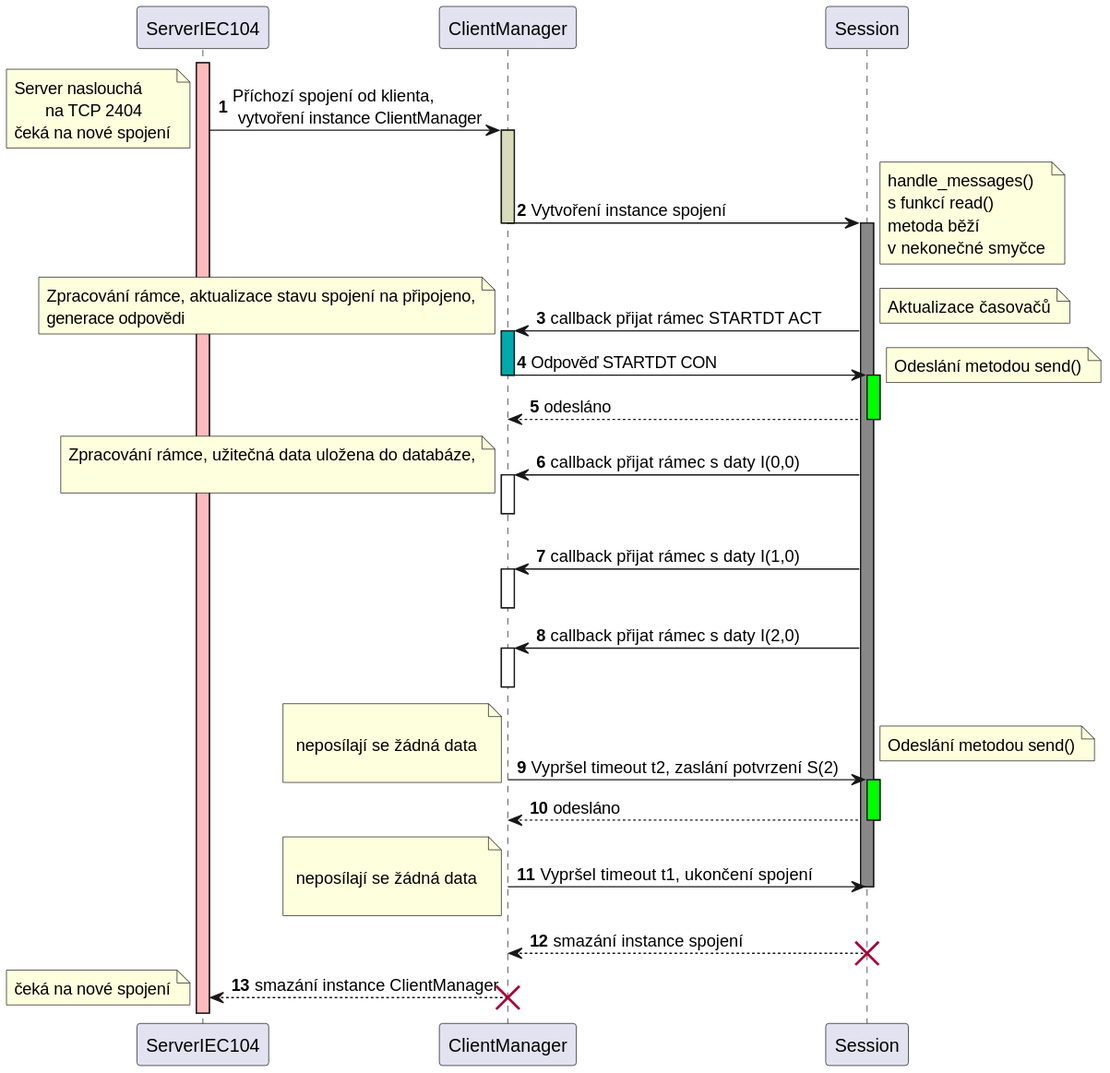
This is IEC104_SERVER/IEC104_v7/diagramy/sekvence.svg from SlavekRylich/IEC104, a PlantUML export, as it was before one commit. Source of this version:
```plantuml
@startuml
autonumber
skinparam DefaultTextSize 15

participant ServerIEC104 as server
participant ClientManager as clientmanager
participant Session as session


activate server #FFBBBB

server -> clientmanager: Příchozí spojení od klienta,\n vytvoření instance ClientManager
note left : Server naslouchá\n      na TCP 2404\nčeká na nové spojení
activate clientmanager #DADBBB

clientmanager -> session: Vytvoření instance spojení
deactivate clientmanager
activate session #8
note right : handle_messages()\ns funkcí read() \nmetoda běží \nv nekonečné smyčce

session -> clientmanager: callback přijat rámec STARTDT ACT
activate clientmanager #00AAAA
note right : Aktualizace časovačů
note left : Zpracování rámce, aktualizace stavu spojení na připojeno,\ngenerace odpovědi


clientmanager -> session: Odpověď STARTDT CON
deactivate clientmanager
activate session #Lime

note right: Odeslání metodou send()
return odesláno

session -> clientmanager: callback přijat rámec s daty I(0,0)
activate clientmanager
note left : Zpracování rámce, užitečná data uložena do databáze,\n
deactivate clientmanager


session -> clientmanager: callback přijat rámec s daty I(1,0)
activate clientmanager
deactivate clientmanager
session -> clientmanager: callback přijat rámec s daty I(2,0)
activate clientmanager
deactivate clientmanager


clientmanager -> session: Vypršel timeout t2, zaslání potvrzení S(2)
note right: Odeslání metodou send()
note left : \n neposílají se žádná data \n
activate session #Lime
return odesláno

clientmanager -> session: Vypršel timeout t1, ukončení spojení
note left : \n neposílají se žádná data \n
deactivate session
return smazání instance spojení
destroy session
clientmanager -[dotted]> server: smazání instance ClientManager
note left : čeká na nové spojení
destroy clientmanager





deactivate clientmanager
@enduml
```
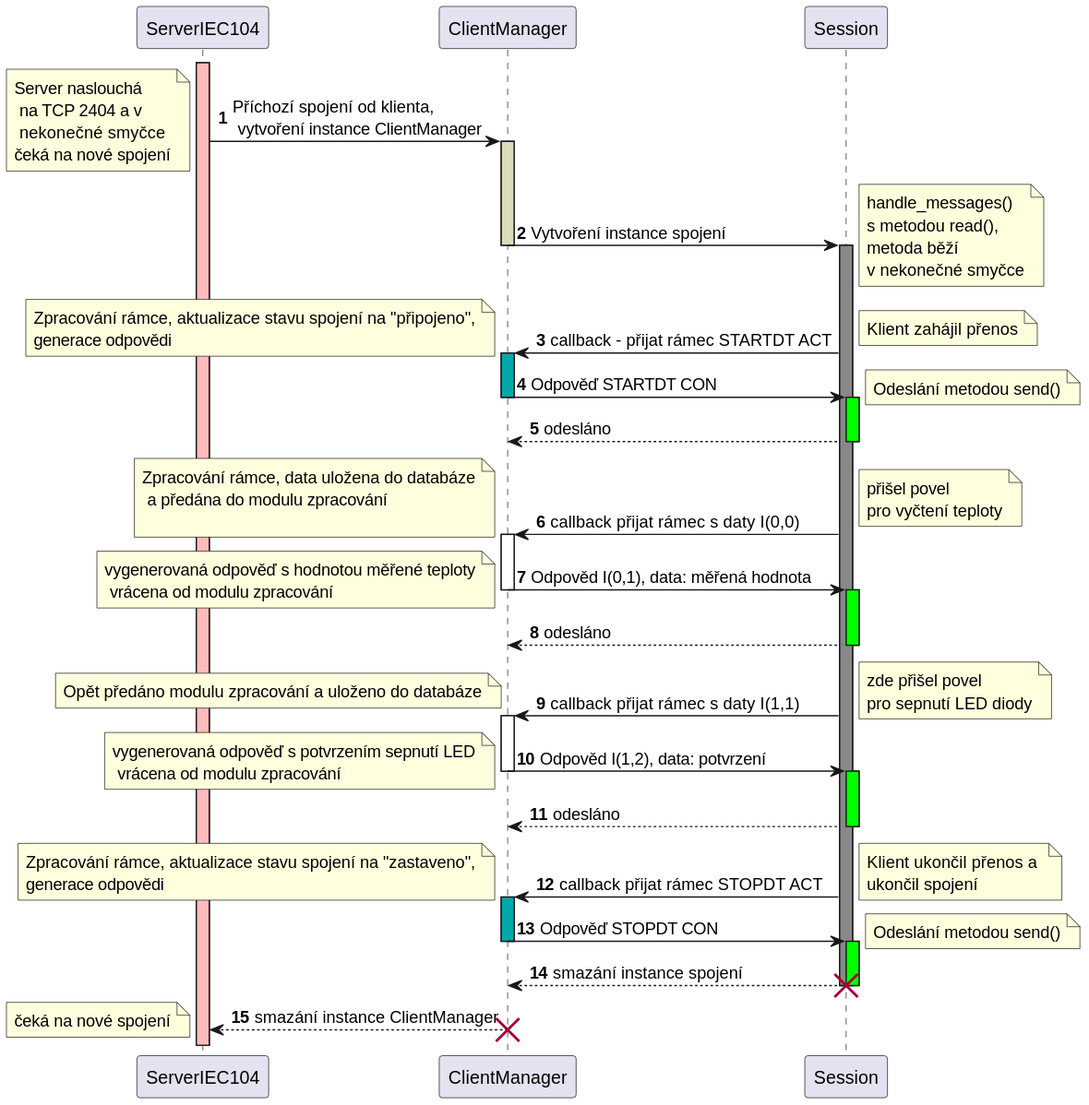
After the change.

The edit, as a diff of the source:
```diff
@@ -10,51 +10,70 @@
 activate server #FFBBBB
 
 server -> clientmanager: Příchozí spojení od klienta,\n vytvoření instance ClientManager
-note left : Server naslouchá\n      na TCP 2404\nčeká na nové spojení
+note left : Server naslouchá\n na TCP 2404 a v\n nekonečné smyčce\nčeká na nové spojení
 activate clientmanager #DADBBB
 
 clientmanager -> session: Vytvoření instance spojení
 deactivate clientmanager
 activate session #8
-note right : handle_messages()\ns funkcí read() \nmetoda běží \nv nekonečné smyčce
+note right : handle_messages()\ns metodou read(),\nmetoda běží \nv nekonečné smyčce
 
-session -> clientmanager: callback přijat rámec STARTDT ACT
+
+session -> clientmanager: callback - přijat rámec STARTDT ACT
+note right : Klient zahájil přenos
 activate clientmanager #00AAAA
-note right : Aktualizace časovačů
-note left : Zpracování rámce, aktualizace stavu spojení na připojeno,\ngenerace odpovědi
-
+note left : Zpracování rámce, aktualizace stavu spojení na "připojeno",\ngenerace odpovědi
 
 clientmanager -> session: Odpověď STARTDT CON
 deactivate clientmanager
+
 activate session #Lime
-
 note right: Odeslání metodou send()
 return odesláno
 
-session -> clientmanager: callback přijat rámec s daty I(0,0)
-activate clientmanager
-note left : Zpracování rámce, užitečná data uložena do databáze,\n
-deactivate clientmanager
 
 
-session -> clientmanager: callback přijat rámec s daty I(1,0)
+session -> clientmanager: callback přijat rámec s daty I(0,0)
+note right : přišel povel\npro vyčtení teploty
 activate clientmanager
+note left : Zpracování rámce, data uložena do databáze\n a předána do modulu zpracování\n
+
+clientmanager -> session: Odpověd I(0,1), data: měřená hodnota
+note left : vygenerovaná odpověď s hodnotou měřené teploty\n vrácena od modulu zpracování
 deactivate clientmanager
-session -> clientmanager: callback přijat rámec s daty I(2,0)
-activate clientmanager
-deactivate clientmanager
-
-
-clientmanager -> session: Vypršel timeout t2, zaslání potvrzení S(2)
-note right: Odeslání metodou send()
-note left : \n neposílají se žádná data \n
 activate session #Lime
 return odesláno
 
-clientmanager -> session: Vypršel timeout t1, ukončení spojení
-note left : \n neposílají se žádná data \n
+
+session -> clientmanager: callback přijat rámec s daty I(1,1)
+note right : zde přišel povel\npro sepnutí LED diody
+activate clientmanager
+note left : Opět předáno modulu zpracování a uloženo do databáze
+
+clientmanager -> session: Odpověd I(1,2), data: potvrzení
+
+note left : vygenerovaná odpověď s potvrzením sepnutí LED\n vrácena od modulu zpracování
+deactivate clientmanager
+activate session #Lime
+return odesláno
+
+
+session -> clientmanager: callback přijat rámec STOPDT ACT
+note right : Klient ukončil přenos a \nukončil spojení
+activate clientmanager #00AAAA
+note left : Zpracování rámce, aktualizace stavu spojení na "zastaveno",\ngenerace odpovědi
+
+clientmanager -> session: Odpověď STOPDT CON
+deactivate clientmanager
+
+activate session #Lime
+note right: Odeslání metodou send()
+return smazání instance spojení
+
+
+
+
 deactivate session
-return smazání instance spojení
 destroy session
 clientmanager -[dotted]> server: smazání instance ClientManager
 note left : čeká na nové spojení
```
